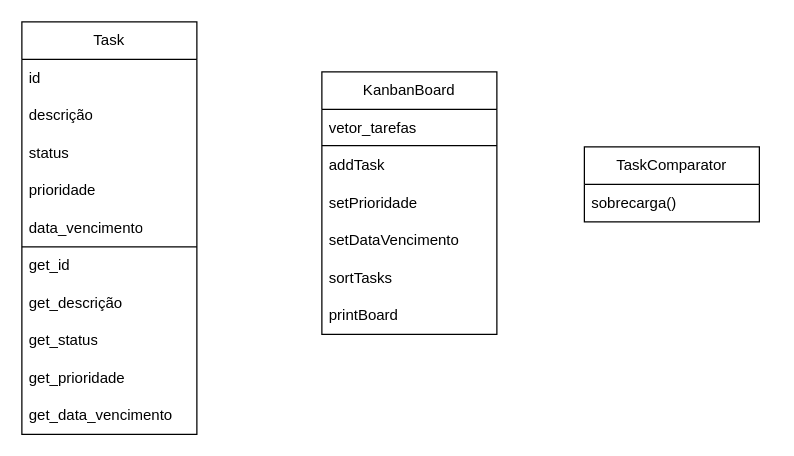
Earlier version of the draw.io diagram Diagrama_Projeto.drawio (matheusqap/ProjetoLP1). Source tidied: cells renumbered, new cells numbered last; positions are measured from the earlier drawing's top-left corner, leaving out a move shared by most shapes. Both pictures are drawn from the tidied source at 125%, with x=0, y=0 at pixel (21, 21).
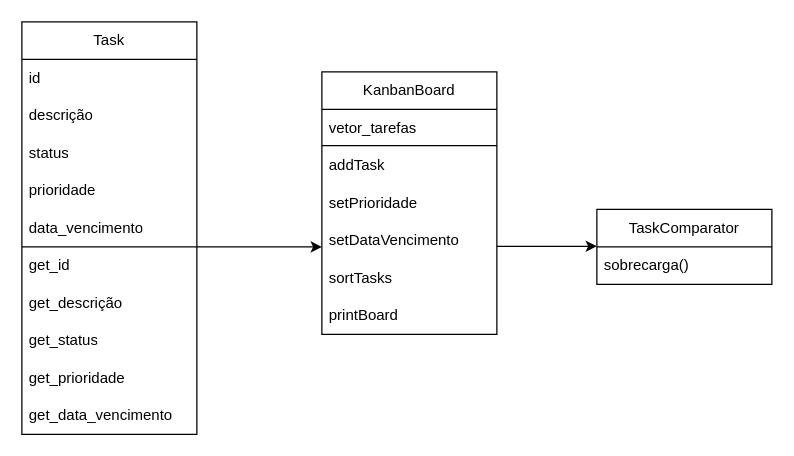
The same page after the edit.

Diff of the diagram source:
```diff
@@
     <mxCell id="22" value="TaskComparator" style="swimlane;fontStyle=0;horizontal=1;startSize=30;whiteSpace=wrap;html=1;" parent="1" vertex="1">
-      <mxGeometry x="450" y="100" width="140" height="60" as="geometry" />
+      <mxGeometry x="460" y="150" width="140" height="60" as="geometry" />
     </mxCell>
@@
+    <mxCell id="24" style="endArrow=classic;html=1;rounded=0;" parent="1" edge="1">
+      <mxGeometry relative="1" as="geometry">
+        <mxPoint x="140" y="180" as="sourcePoint" />
+        <mxPoint x="240" y="180" as="targetPoint" />
+      </mxGeometry>
+    </mxCell>
+    <mxCell id="25" style="endArrow=classic;html=1;rounded=0;" parent="1" edge="1">
+      <mxGeometry relative="1" as="geometry">
+        <mxPoint x="380" y="179.5" as="sourcePoint" />
+        <mxPoint x="460" y="179.5" as="targetPoint" />
+      </mxGeometry>
+    </mxCell>
```
